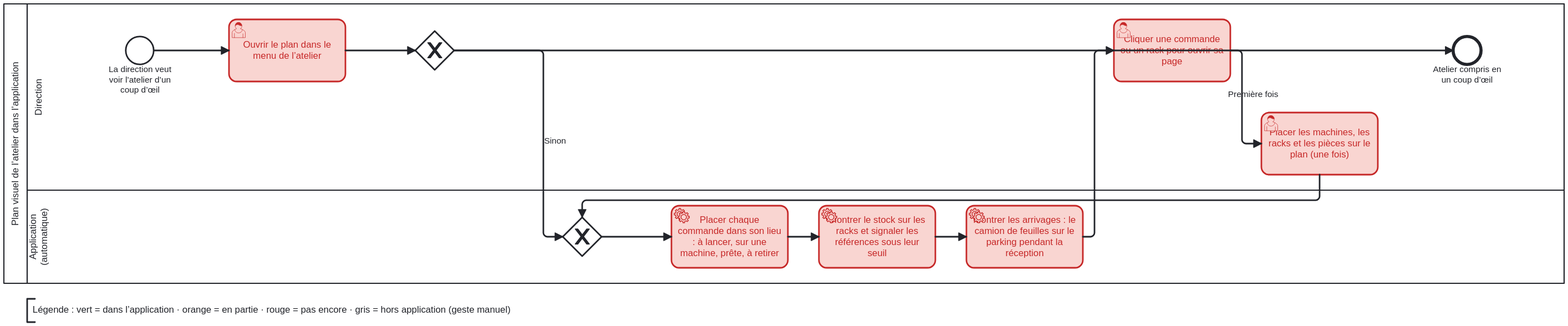
The BPMN diagram docs/bpmn/12-plan-atelier.svg in abnd-corp/Abatelier, before a commit. Its source is kept beside it as docs/bpmn/12-plan-atelier.bpmn. Ids are renumbered.
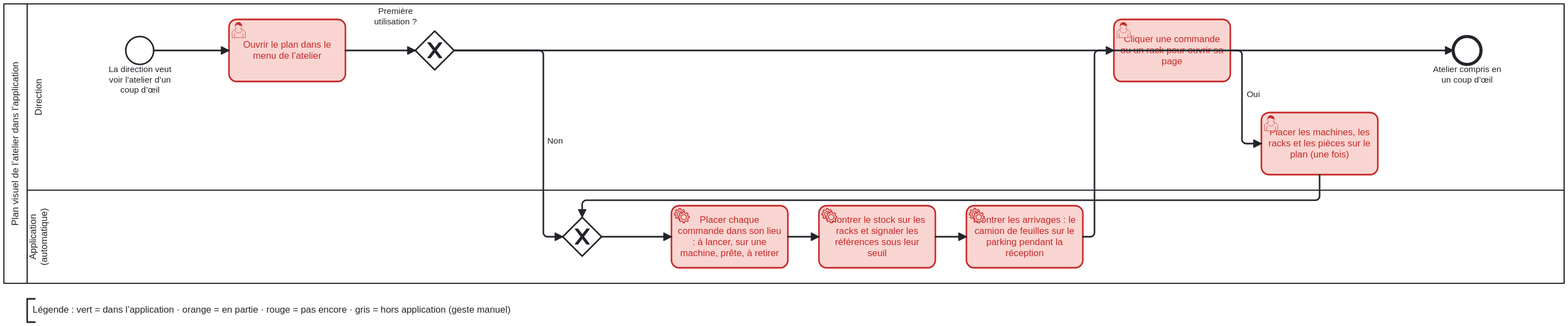
Later version of the same file.

Change to the diagram source:
```diff
@@ -29,7 +29,7 @@
     <bpmn:userTask id="P12_plan_atelier_t5" name="Cliquer une commande ou un rack pour ouvrir sa page"><bpmn:documentation>Pas encore : Mène à la commande, ou à la référence de feuille</bpmn:documentation><bpmn:incoming>P12_plan_atelier_flux4</bpmn:incoming><bpmn:outgoing>P12_plan_atelier_flux5</bpmn:outgoing></bpmn:userTask>
     <bpmn:userTask id="P12_plan_atelier_t6" name="Placer les machines, les racks et les pièces sur le plan (une fois)"><bpmn:documentation>Pas encore : Dépend de la liste des machines et du plan fourni par le client</bpmn:documentation><bpmn:incoming>P12_plan_atelier_flux9</bpmn:incoming><bpmn:outgoing>P12_plan_atelier_flux6</bpmn:outgoing></bpmn:userTask>
     <bpmn:endEvent id="P12_plan_atelier_f" name="Atelier compris en un coup d’œil"><bpmn:incoming>P12_plan_atelier_flux5</bpmn:incoming></bpmn:endEvent>
-    <bpmn:exclusiveGateway id="P12_plan_atelier_gs1" name=""><bpmn:incoming>P12_plan_atelier_flux7</bpmn:incoming><bpmn:outgoing>P12_plan_atelier_flux8</bpmn:outgoing><bpmn:outgoing>P12_plan_atelier_flux9</bpmn:outgoing></bpmn:exclusiveGateway>
+    <bpmn:exclusiveGateway id="P12_plan_atelier_gs1" name="Première utilisation ?"><bpmn:incoming>P12_plan_atelier_flux7</bpmn:incoming><bpmn:outgoing>P12_plan_atelier_flux8</bpmn:outgoing><bpmn:outgoing>P12_plan_atelier_flux9</bpmn:outgoing></bpmn:exclusiveGateway>
     <bpmn:exclusiveGateway id="P12_plan_atelier_gj2" name=""><bpmn:incoming>P12_plan_atelier_flux6</bpmn:incoming><bpmn:incoming>P12_plan_atelier_flux8</bpmn:incoming><bpmn:outgoing>P12_plan_atelier_flux10</bpmn:outgoing></bpmn:exclusiveGateway>
     <bpmn:sequenceFlow id="P12_plan_atelier_flux1" sourceRef="P12_plan_atelier_d" targetRef="P12_plan_atelier_t1" />
     <bpmn:sequenceFlow id="P12_plan_atelier_flux2" sourceRef="P12_plan_atelier_t2" targetRef="P12_plan_atelier_t3" />
@@ -38,8 +38,8 @@
     <bpmn:sequenceFlow id="P12_plan_atelier_flux5" sourceRef="P12_plan_atelier_t5" targetRef="P12_plan_atelier_f" />
     <bpmn:sequenceFlow id="P12_plan_atelier_flux6" sourceRef="P12_plan_atelier_t6" targetRef="P12_plan_atelier_gj2" />
     <bpmn:sequenceFlow id="P12_plan_atelier_flux7" sourceRef="P12_plan_atelier_t1" targetRef="P12_plan_atelier_gs1" />
-    <bpmn:sequenceFlow id="P12_plan_atelier_flux8" name="Sinon" sourceRef="P12_plan_atelier_gs1" targetRef="P12_plan_atelier_gj2" />
-    <bpmn:sequenceFlow id="P12_plan_atelier_flux9" name="Première fois" sourceRef="P12_plan_atelier_gs1" targetRef="P12_plan_atelier_t6" />
+    <bpmn:sequenceFlow id="P12_plan_atelier_flux8" name="Non" sourceRef="P12_plan_atelier_gs1" targetRef="P12_plan_atelier_gj2" />
+    <bpmn:sequenceFlow id="P12_plan_atelier_flux9" name="Oui" sourceRef="P12_plan_atelier_gs1" targetRef="P12_plan_atelier_t6" />
     <bpmn:sequenceFlow id="P12_plan_atelier_flux10" sourceRef="P12_plan_atelier_gj2" targetRef="P12_plan_atelier_t2" />
     <bpmn:textAnnotation id="P12_plan_atelier_legende"><bpmn:text>Légende : vert = dans l’application · orange = en partie · rouge = pas encore · gris = hors application (geste manuel)</bpmn:text></bpmn:textAnnotation>
   </bpmn:process>
```
